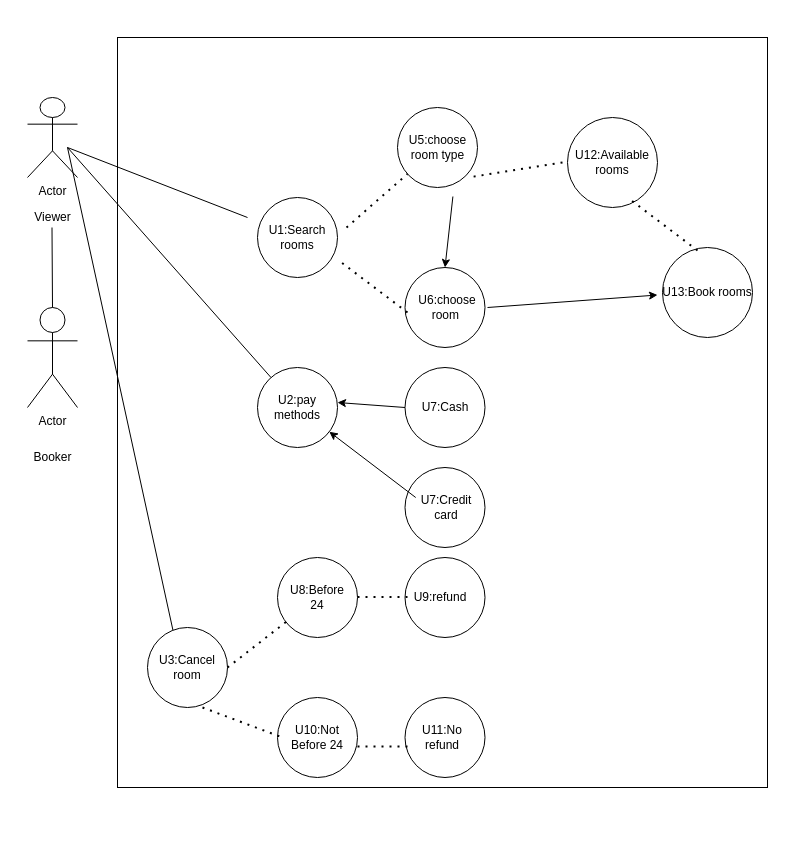
Above: Hotel System Diagram.drawio in hadeelsala7/UserCase-HomeWork (draw.io), before the change. Source tidied: cells renumbered, new cells numbered last; positions are measured from the earlier drawing's top-left corner, leaving out a move shared by most shapes. Both pictures are drawn from the tidied source at 100%, with x=0, y=0 at pixel (27, 37).
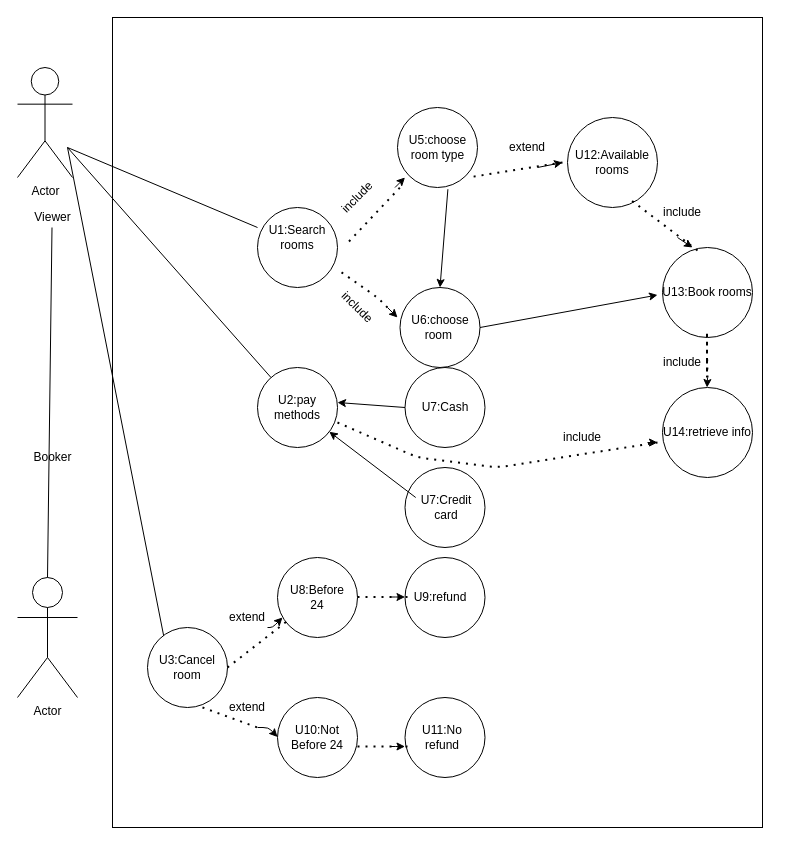
Above is the later version.

The change refers to these unchanged cells:
```xml
<mxCell id="14" value="U1:Search rooms" style="text;html=1;strokeColor=none;fillColor=none;align=center;verticalAlign=middle;whiteSpace=wrap;rounded=0;" parent="1" vertex="1">
  <mxGeometry x="230" y="190" width="80" height="20" as="geometry" />
</mxCell>
<mxCell id="19" style="ellipse;whiteSpace=wrap;html=1;" parent="1" vertex="1">
  <mxGeometry x="370" y="70" width="80" height="80" as="geometry" />
</mxCell>
```

Diff of the diagram source:
```diff
@@
     <mxCell id="2" style="rounded=0;whiteSpace=wrap;html=1;" parent="1" vertex="1">
-      <mxGeometry x="90" width="650" height="750" as="geometry" />
+      <mxGeometry x="85" y="-20" width="650" height="810" as="geometry" />
     </mxCell>
     <mxCell id="3" value="Actor" style="shape=umlActor;verticalLabelPosition=bottom;verticalAlign=top;html=1;" parent="1" vertex="1">
-      <mxGeometry y="60" width="50" height="80" as="geometry" />
+      <mxGeometry x="-10" y="30" width="55" height="110" as="geometry" />
     </mxCell>
     <mxCell id="4" value="Actor" style="shape=umlActor;verticalLabelPosition=bottom;verticalAlign=top;html=1;outlineConnect=0;" parent="1" vertex="1">
-      <mxGeometry y="270" width="50" height="100" as="geometry" />
+      <mxGeometry x="-10" y="540" width="60" height="120" as="geometry" />
     </mxCell>
@@
-    <mxCell id="7" style="endArrow=none;html=1;" parent="1" edge="1">
+    <mxCell id="7" style="endArrow=none;html=1;entryX=0;entryY=0;entryDx=0;entryDy=0;" parent="1" edge="1" target="14">
       <mxGeometry relative="1" as="geometry">
         <mxPoint x="40" y="110" as="sourcePoint" />
-        <mxPoint x="220" y="180" as="targetPoint" />
       </mxGeometry>
     </mxCell>
     <mxCell id="8" style="ellipse;whiteSpace=wrap;html=1;" parent="1" vertex="1">
-      <mxGeometry x="230" y="160" width="80" height="80" as="geometry" />
+      <mxGeometry x="230" y="170" width="80" height="80" as="geometry" />
     </mxCell>
@@
     <mxCell id="17" style="ellipse;whiteSpace=wrap;html=1;" parent="1" vertex="1">
-      <mxGeometry x="377.5" y="230" width="80" height="80" as="geometry" />
+      <mxGeometry x="372.5" y="250" width="80" height="80" as="geometry" />
     </mxCell>
-    <mxCell id="18" style="endArrow=none;dashed=1;html=1;dashPattern=1 3;strokeWidth=2;" parent="1" edge="1" target="19">
+    <mxCell id="18" style="endArrow=none;dashed=1;html=1;dashPattern=1 3;strokeWidth=2;" parent="1" edge="1">
       <mxGeometry relative="1" as="geometry">
-        <mxPoint x="319" y="190" as="sourcePoint" />
+        <mxPoint x="321.5" y="204" as="sourcePoint" />
+        <mxPoint x="372.5" y="150" as="targetPoint" />
       </mxGeometry>
     </mxCell>
@@
     <mxCell id="21" value="U6:choose room&amp;nbsp;" style="text;html=1;strokeColor=none;fillColor=none;align=center;verticalAlign=middle;whiteSpace=wrap;rounded=0;" parent="1" vertex="1">
-      <mxGeometry x="380" y="260" width="80" height="20" as="geometry" />
+      <mxGeometry x="372.5" y="280" width="80" height="20" as="geometry" />
     </mxCell>
-    <mxCell id="22" style="endArrow=none;dashed=1;html=1;dashPattern=1 3;strokeWidth=2;exitX=0;exitY=0.75;exitDx=0;exitDy=0;entryX=1;entryY=0.775;entryDx=0;entryDy=0;entryPerimeter=0;" parent="1" edge="1" source="21" target="8">
-      <mxGeometry relative="1" as="geometry" />
+    <mxCell id="22" style="endArrow=none;dashed=1;html=1;dashPattern=1 3;strokeWidth=2;entryX=1;entryY=0.775;entryDx=0;entryDy=0;entryPerimeter=0;" parent="1" edge="1" target="8">
+      <mxGeometry relative="1" as="geometry">
+        <mxPoint x="360" y="270" as="sourcePoint" />
+        <Array as="points">
+          <mxPoint x="350" y="260" />
+        </Array>
+      </mxGeometry>
     </mxCell>
@@
     <mxCell id="42" style="endArrow=none;dashed=1;html=1;dashPattern=1 3;strokeWidth=2;" parent="1" edge="1">
       <mxGeometry relative="1" as="geometry">
         <mxPoint x="175" y="670" as="sourcePoint" />
-        <mxPoint x="255" y="700" as="targetPoint" />
+        <mxPoint x="230" y="690" as="targetPoint" />
         <Array as="points">
           <mxPoint x="175" y="670" />
         </Array>
       </mxGeometry>
     </mxCell>
@@
+    <mxCell id="50" value="include" style="text;html=1;strokeColor=none;fillColor=none;align=center;verticalAlign=middle;whiteSpace=wrap;rounded=0;rotation=-45;" parent="1" vertex="1">
+      <mxGeometry x="310" y="150" width="40" height="20" as="geometry" />
+    </mxCell>
+    <mxCell id="51" value="include" style="text;html=1;strokeColor=none;fillColor=none;align=center;verticalAlign=middle;whiteSpace=wrap;rounded=0;rotation=45;" parent="1" vertex="1">
+      <mxGeometry x="310" y="250" width="40" height="40" as="geometry" />
+    </mxCell>
+    <mxCell id="52" style="endArrow=classic;html=1;" parent="1" edge="1">
+      <mxGeometry relative="1" as="geometry">
+        <mxPoint x="367.5" y="150" as="sourcePoint" />
+        <mxPoint x="377.5" y="140" as="targetPoint" />
+      </mxGeometry>
+    </mxCell>
+    <mxCell id="53" style="endArrow=classic;html=1;" parent="1" edge="1">
+      <mxGeometry relative="1" as="geometry">
+        <mxPoint x="360" y="270" as="sourcePoint" />
+        <mxPoint x="370" y="280" as="targetPoint" />
+        <Array as="points">
+          <mxPoint x="360" y="270" />
+        </Array>
+      </mxGeometry>
+    </mxCell>
+    <mxCell id="54" style="endArrow=classic;html=1;" parent="1" edge="1">
+      <mxGeometry relative="1" as="geometry">
+        <mxPoint x="240" y="590" as="sourcePoint" />
+        <mxPoint x="255" y="580" as="targetPoint" />
+        <Array as="points">
+          <mxPoint x="245" y="590" />
+        </Array>
+      </mxGeometry>
+    </mxCell>
+    <mxCell id="55" style="endArrow=classic;html=1;" parent="1" edge="1">
+      <mxGeometry relative="1" as="geometry">
+        <mxPoint x="363" y="559.5" as="sourcePoint" />
+        <mxPoint x="377.5" y="559.5" as="targetPoint" />
+        <Array as="points">
+          <mxPoint x="368" y="559.5" />
+        </Array>
+      </mxGeometry>
+    </mxCell>
+    <mxCell id="56" style="endArrow=classic;html=1;" parent="1" edge="1">
+      <mxGeometry relative="1" as="geometry">
+        <mxPoint x="363" y="709" as="sourcePoint" />
+        <mxPoint x="377.5" y="709" as="targetPoint" />
+        <Array as="points">
+          <mxPoint x="368" y="709" />
+        </Array>
+      </mxGeometry>
+    </mxCell>
+    <mxCell id="57" style="endArrow=classic;html=1;" parent="1" edge="1">
+      <mxGeometry relative="1" as="geometry">
+        <mxPoint x="230" y="690" as="sourcePoint" />
+        <mxPoint x="250" y="699.5" as="targetPoint" />
+        <Array as="points">
+          <mxPoint x="241" y="690" />
+        </Array>
+      </mxGeometry>
+    </mxCell>
+    <mxCell id="58" style="endArrow=classic;html=1;" parent="1" edge="1">
+      <mxGeometry relative="1" as="geometry">
+        <mxPoint x="510" y="130" as="sourcePoint" />
+        <mxPoint x="535" y="125" as="targetPoint" />
+        <Array as="points">
+          <mxPoint x="510" y="130" />
+        </Array>
+      </mxGeometry>
+    </mxCell>
+    <mxCell id="59" style="endArrow=classic;html=1;" parent="1" edge="1">
+      <mxGeometry relative="1" as="geometry">
+        <mxPoint x="650" y="200" as="sourcePoint" />
+        <mxPoint x="665" y="210" as="targetPoint" />
+        <Array as="points">
+          <mxPoint x="650" y="200" />
+        </Array>
+      </mxGeometry>
+    </mxCell>
+    <mxCell id="60" style="endArrow=classic;html=1;" parent="1" edge="1">
+      <mxGeometry relative="1" as="geometry">
+        <mxPoint x="680" y="340" as="sourcePoint" />
+        <mxPoint x="679.6" y="350" as="targetPoint" />
+        <Array as="points">
+          <mxPoint x="679.6" y="350" />
+        </Array>
+      </mxGeometry>
+    </mxCell>
+    <mxCell id="61" style="ellipse;whiteSpace=wrap;html=1;" parent="1" vertex="1">
+      <mxGeometry x="635" y="350" width="90" height="90" as="geometry" />
+    </mxCell>
+    <mxCell id="62" value="U14:retrieve info" style="text;html=1;strokeColor=none;fillColor=none;align=center;verticalAlign=middle;whiteSpace=wrap;rounded=0;" parent="1" vertex="1">
+      <mxGeometry x="630" y="385" width="100" height="20" as="geometry" />
+    </mxCell>
+    <mxCell id="63" style="endArrow=classic;html=1;entryX=0;entryY=1;entryDx=0;entryDy=0;" parent="1" edge="1" target="62">
+      <mxGeometry relative="1" as="geometry">
+        <mxPoint x="620" y="405" as="sourcePoint" />
+      </mxGeometry>
+    </mxCell>
+    <mxCell id="64" style="endArrow=none;dashed=1;html=1;dashPattern=1 3;strokeWidth=2;entryX=0;entryY=1;entryDx=0;entryDy=0;" parent="1" edge="1" target="62">
+      <mxGeometry relative="1" as="geometry">
+        <mxPoint x="310" y="385" as="sourcePoint" />
+        <Array as="points">
+          <mxPoint x="390" y="420" />
+          <mxPoint x="470" y="430" />
+        </Array>
+      </mxGeometry>
+    </mxCell>
+    <mxCell id="65" value="include" style="text;html=1;strokeColor=none;fillColor=none;align=center;verticalAlign=middle;whiteSpace=wrap;rounded=0;rotation=0;" parent="1" vertex="1">
+      <mxGeometry x="535" y="390" width="40" height="20" as="geometry" />
+    </mxCell>
+    <mxCell id="66" style="endArrow=none;dashed=1;html=1;dashPattern=1 3;strokeWidth=2;" parent="1" edge="1">
+      <mxGeometry relative="1" as="geometry">
+        <mxPoint x="680" y="340" as="sourcePoint" />
+        <mxPoint x="679.5" y="295" as="targetPoint" />
+        <Array as="points">
+          <mxPoint x="679.5" y="315" />
+          <mxPoint x="679.5" y="345" />
+          <mxPoint x="679.5" y="295" />
+          <mxPoint x="679.5" y="305" />
+          <mxPoint x="679.5" y="325" />
+        </Array>
+      </mxGeometry>
+    </mxCell>
+    <mxCell id="67" value="extend" style="text;html=1;strokeColor=none;fillColor=none;align=center;verticalAlign=middle;whiteSpace=wrap;rounded=0;rotation=0;" parent="1" vertex="1">
+      <mxGeometry x="200" y="570" width="40" height="20" as="geometry" />
+    </mxCell>
+    <mxCell id="68" value="extend" style="text;html=1;strokeColor=none;fillColor=none;align=center;verticalAlign=middle;whiteSpace=wrap;rounded=0;rotation=0;" parent="1" vertex="1">
+      <mxGeometry x="200" y="660" width="40" height="20" as="geometry" />
+    </mxCell>
+    <mxCell id="69" value="include" style="text;html=1;strokeColor=none;fillColor=none;align=center;verticalAlign=middle;whiteSpace=wrap;rounded=0;rotation=0;" parent="1" vertex="1">
+      <mxGeometry x="635" y="320" width="40" height="10" as="geometry" />
+    </mxCell>
+    <mxCell id="70" value="extend" style="text;html=1;strokeColor=none;fillColor=none;align=center;verticalAlign=middle;whiteSpace=wrap;rounded=0;rotation=0;" parent="1" vertex="1">
+      <mxGeometry x="480" y="100" width="40" height="20" as="geometry" />
+    </mxCell>
+    <mxCell id="71" value="include" style="text;html=1;strokeColor=none;fillColor=none;align=center;verticalAlign=middle;whiteSpace=wrap;rounded=0;rotation=0;" parent="1" vertex="1">
+      <mxGeometry x="635" y="170" width="40" height="10" as="geometry" />
+    </mxCell>
```
